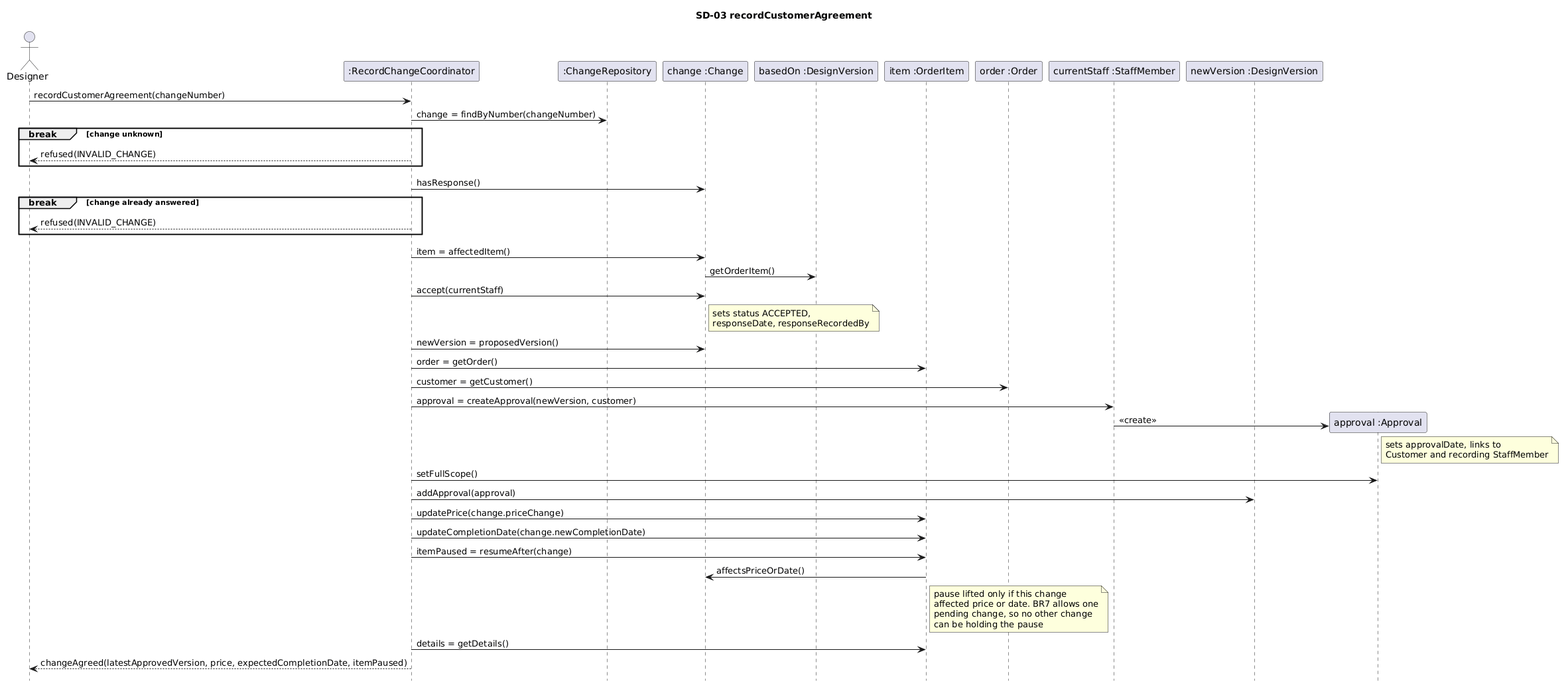
Before: sd-03-record-customer-agreement.png, a diagram exported from PlantUML (Ahmad-1031/OOAD_CA2).
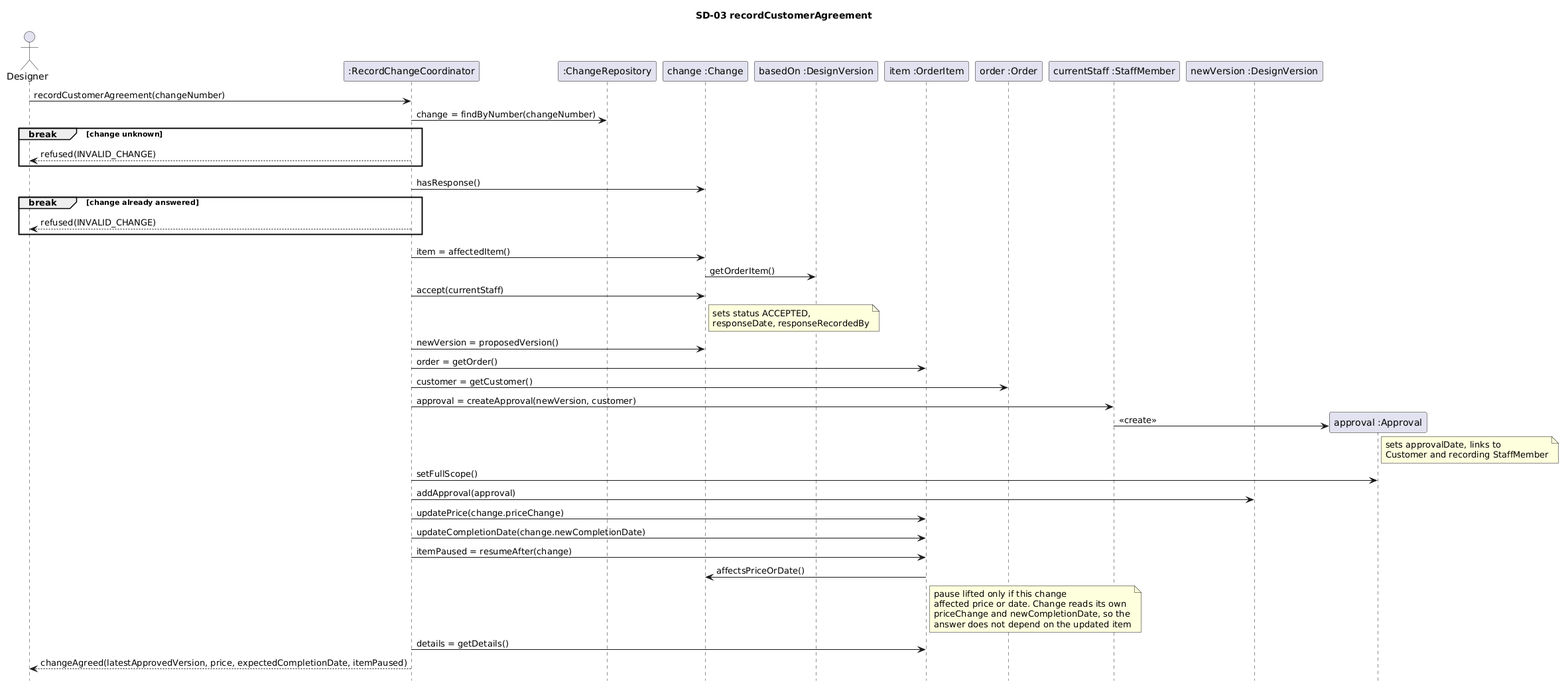
The same diagram one commit later.

Commit message:
Make Refusal part of result types and newCompletionDate optional and create contributions.md

Diff of the diagram source:
```diff
@@ -41,7 +41,7 @@
 C -> I : updateCompletionDate(change.newCompletionDate)
 C -> I : itemPaused = resumeAfter(change)
 I -> CH : affectsPriceOrDate()
-note right of I : pause lifted only if this change\naffected price or date. BR7 allows one\npending change, so no other change\ncan be holding the pause
+note right of I : pause lifted only if this change\naffected price or date. Change reads its own\npriceChange and newCompletionDate, so the\nanswer does not depend on the updated item
 C -> I : details = getDetails()
 C --> Designer : changeAgreed(latestApprovedVersion, price, expectedCompletionDate, itemPaused)
 @enduml
```
